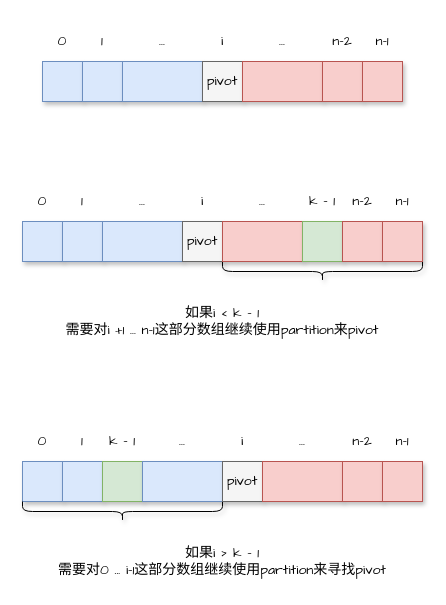
Earlier version of the draw.io diagram draw.io/数组中的第K个最大元素.drawio (goldknife6/algorithm). Source tidied: cells renumbered, new cells numbered last; positions are measured from the earlier drawing's top-left corner, leaving out a move shared by most shapes. Both pictures are drawn from the tidied source at 100%, with x=0, y=0 at pixel (22, 21).
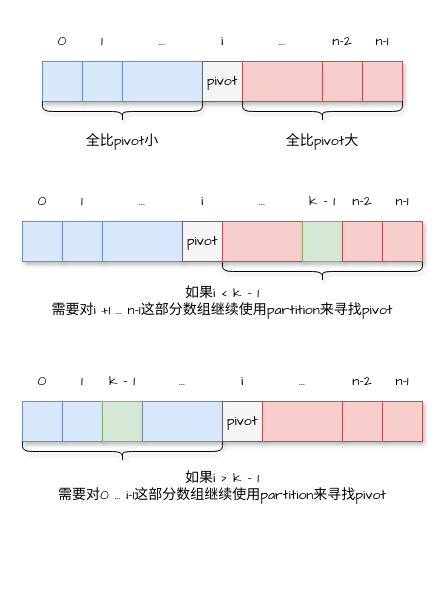
The same page after the edit.

Commit message (it also covers changes not shown here):
更新数组中的第K个最大元素.drawio

The edit, as a diff of the source:
```diff
@@
     <mxCell id="2" style="rounded=0;whiteSpace=wrap;html=1;fillColor=#dae8fc;strokeColor=#6c8ebf;shadow=1;" parent="1" vertex="1">
-      <mxGeometry y="440" width="40" height="40" as="geometry" />
+      <mxGeometry y="380" width="40" height="40" as="geometry" />
     </mxCell>
     <mxCell id="3" style="rounded=0;whiteSpace=wrap;html=1;fillColor=#dae8fc;strokeColor=#6c8ebf;shadow=1;" parent="1" vertex="1">
-      <mxGeometry x="40" y="440" width="40" height="40" as="geometry" />
+      <mxGeometry x="40" y="380" width="40" height="40" as="geometry" />
     </mxCell>
     <mxCell id="4" style="rounded=0;whiteSpace=wrap;html=1;fillColor=#d5e8d4;strokeColor=#82b366;shadow=1;" parent="1" vertex="1">
-      <mxGeometry x="80" y="440" width="40" height="40" as="geometry" />
+      <mxGeometry x="80" y="380" width="40" height="40" as="geometry" />
     </mxCell>
@@
-    <mxCell id="21" value="如果i &amp;lt; k - 1&lt;br&gt;需要对i +1 ... n-1这部分数组继续使用&lt;span&gt;partition来&lt;/span&gt;pivot&lt;div class=&quot;okr-block-clipboard&quot;&gt;&lt;/div&gt;" style="text;html=1;strokeColor=none;fillColor=none;align=center;verticalAlign=middle;whiteSpace=wrap;rounded=0;shadow=1;fontFamily=Comic Sans MS;fontSize=14;" parent="1" vertex="1">
-      <mxGeometry y="280" width="400" height="40" as="geometry" />
+    <mxCell id="21" value="如果i &amp;lt; k - 1&lt;br&gt;需要对i +1 ... n-1这部分数组继续使用&lt;span&gt;partition来寻找&lt;/span&gt;pivot&lt;div class=&quot;okr-block-clipboard&quot;&gt;&lt;/div&gt;" style="text;html=1;strokeColor=none;fillColor=none;align=center;verticalAlign=middle;whiteSpace=wrap;rounded=0;shadow=1;fontFamily=Comic Sans MS;fontSize=14;" parent="1" vertex="1">
+      <mxGeometry y="260" width="400" height="40" as="geometry" />
     </mxCell>
@@
     <mxCell id="39" style="shape=curlyBracket;whiteSpace=wrap;html=1;rounded=1;shadow=1;fontFamily=Comic Sans MS;fontSize=14;rotation=-90;" parent="1" vertex="1">
-      <mxGeometry x="90" y="390" width="20" height="200" as="geometry" />
+      <mxGeometry x="90" y="330" width="20" height="200" as="geometry" />
     </mxCell>
     <mxCell id="40" value="如果i &amp;gt; k - 1&lt;br&gt;需要对0 ... i-1这部分数组继续使用&lt;span&gt;partition来寻找&lt;/span&gt;pivot&lt;div class=&quot;okr-block-clipboard&quot;&gt;&lt;/div&gt;" style="text;html=1;strokeColor=none;fillColor=none;align=center;verticalAlign=middle;whiteSpace=wrap;rounded=0;shadow=1;fontFamily=Comic Sans MS;fontSize=14;" parent="1" vertex="1">
-      <mxGeometry y="520" width="400" height="40" as="geometry" />
+      <mxGeometry y="445" width="400" height="40" as="geometry" />
     </mxCell>
     <mxCell id="41" style="rounded=0;whiteSpace=wrap;html=1;fillColor=#dae8fc;strokeColor=#6c8ebf;shadow=1;" parent="1" vertex="1">
-      <mxGeometry x="120" y="440" width="80" height="40" as="geometry" />
+      <mxGeometry x="120" y="380" width="80" height="40" as="geometry" />
     </mxCell>
     <mxCell id="42" style="rounded=0;whiteSpace=wrap;html=1;fillColor=#f5f5f5;fontColor=#333333;strokeColor=#666666;shadow=1;" parent="1" vertex="1">
-      <mxGeometry x="200" y="440" width="40" height="40" as="geometry" />
+      <mxGeometry x="200" y="380" width="40" height="40" as="geometry" />
     </mxCell>
     <mxCell id="43" style="rounded=0;whiteSpace=wrap;html=1;fillColor=#f8cecc;strokeColor=#b85450;shadow=1;" parent="1" vertex="1">
-      <mxGeometry x="240" y="440" width="80" height="40" as="geometry" />
+      <mxGeometry x="240" y="380" width="80" height="40" as="geometry" />
     </mxCell>
     <mxCell id="44" value="0" style="text;html=1;strokeColor=none;fillColor=none;align=center;verticalAlign=middle;whiteSpace=wrap;rounded=0;shadow=1;fontFamily=Comic Sans MS;fontSize=14;" parent="1" vertex="1">
-      <mxGeometry y="400" width="40" height="40" as="geometry" />
+      <mxGeometry y="340" width="40" height="40" as="geometry" />
     </mxCell>
     <mxCell id="45" value="1" style="text;html=1;strokeColor=none;fillColor=none;align=center;verticalAlign=middle;whiteSpace=wrap;rounded=0;shadow=1;fontFamily=Comic Sans MS;fontSize=14;" parent="1" vertex="1">
-      <mxGeometry x="40" y="400" width="40" height="40" as="geometry" />
+      <mxGeometry x="40" y="340" width="40" height="40" as="geometry" />
     </mxCell>
     <mxCell id="46" value="..." style="text;html=1;strokeColor=none;fillColor=none;align=center;verticalAlign=middle;whiteSpace=wrap;rounded=0;shadow=1;fontFamily=Comic Sans MS;fontSize=14;" parent="1" vertex="1">
-      <mxGeometry x="120" y="400" width="80" height="40" as="geometry" />
+      <mxGeometry x="120" y="340" width="80" height="40" as="geometry" />
     </mxCell>
     <mxCell id="47" value="i" style="text;html=1;strokeColor=none;fillColor=none;align=center;verticalAlign=middle;whiteSpace=wrap;rounded=0;shadow=1;fontFamily=Comic Sans MS;fontSize=14;" parent="1" vertex="1">
-      <mxGeometry x="200" y="400" width="40" height="40" as="geometry" />
+      <mxGeometry x="200" y="340" width="40" height="40" as="geometry" />
     </mxCell>
     <mxCell id="48" value="..." style="text;html=1;strokeColor=none;fillColor=none;align=center;verticalAlign=middle;whiteSpace=wrap;rounded=0;shadow=1;fontFamily=Comic Sans MS;fontSize=14;" parent="1" vertex="1">
-      <mxGeometry x="240" y="400" width="80" height="40" as="geometry" />
+      <mxGeometry x="240" y="340" width="80" height="40" as="geometry" />
     </mxCell>
     <mxCell id="49" value="n-2" style="text;html=1;strokeColor=none;fillColor=none;align=center;verticalAlign=middle;whiteSpace=wrap;rounded=0;shadow=1;fontFamily=Comic Sans MS;fontSize=14;" parent="1" vertex="1">
-      <mxGeometry x="320" y="400" width="40" height="40" as="geometry" />
+      <mxGeometry x="320" y="340" width="40" height="40" as="geometry" />
     </mxCell>
     <mxCell id="50" value="n-1" style="text;html=1;strokeColor=none;fillColor=none;align=center;verticalAlign=middle;whiteSpace=wrap;rounded=0;shadow=1;fontFamily=Comic Sans MS;fontSize=14;" parent="1" vertex="1">
-      <mxGeometry x="360" y="400" width="40" height="40" as="geometry" />
+      <mxGeometry x="360" y="340" width="40" height="40" as="geometry" />
     </mxCell>
     <mxCell id="51" value="&lt;div class=&quot;okr-block-clipboard&quot;&gt;&lt;/div&gt;&lt;div&gt;&lt;font face=&quot;Comic Sans MS&quot; style=&quot;font-size: 14px&quot;&gt;pivot&lt;/font&gt;&lt;/div&gt;" style="text;html=1;strokeColor=none;fillColor=none;align=center;verticalAlign=middle;whiteSpace=wrap;rounded=0;shadow=1;" parent="1" vertex="1">
-      <mxGeometry x="200" y="440" width="40" height="40" as="geometry" />
+      <mxGeometry x="200" y="380" width="40" height="40" as="geometry" />
     </mxCell>
     <mxCell id="52" style="rounded=0;whiteSpace=wrap;html=1;fillColor=#f8cecc;strokeColor=#b85450;shadow=1;" parent="1" vertex="1">
-      <mxGeometry x="320" y="440" width="40" height="40" as="geometry" />
+      <mxGeometry x="320" y="380" width="40" height="40" as="geometry" />
     </mxCell>
     <mxCell id="53" style="rounded=0;whiteSpace=wrap;html=1;fillColor=#f8cecc;strokeColor=#b85450;shadow=1;" parent="1" vertex="1">
-      <mxGeometry x="360" y="440" width="40" height="40" as="geometry" />
+      <mxGeometry x="360" y="380" width="40" height="40" as="geometry" />
     </mxCell>
     <mxCell id="54" value="k - 1" style="text;html=1;strokeColor=none;fillColor=none;align=center;verticalAlign=middle;whiteSpace=wrap;rounded=0;shadow=1;fontFamily=Comic Sans MS;fontSize=14;" parent="1" vertex="1">
-      <mxGeometry x="80" y="400" width="40" height="40" as="geometry" />
+      <mxGeometry x="80" y="340" width="40" height="40" as="geometry" />
     </mxCell>
+    <mxCell id="55" style="shape=curlyBracket;whiteSpace=wrap;html=1;rounded=1;shadow=1;fontFamily=Comic Sans MS;fontSize=14;rotation=-90;" parent="1" vertex="1">
+      <mxGeometry x="90" y="10" width="20" height="160" as="geometry" />
+    </mxCell>
+    <mxCell id="56" style="shape=curlyBracket;whiteSpace=wrap;html=1;rounded=1;shadow=1;fontFamily=Comic Sans MS;fontSize=14;rotation=-90;" parent="1" vertex="1">
+      <mxGeometry x="290" y="10" width="20" height="160" as="geometry" />
+    </mxCell>
+    <mxCell id="57" value="全比pivot小" style="text;html=1;strokeColor=none;fillColor=none;align=center;verticalAlign=middle;whiteSpace=wrap;rounded=0;shadow=1;fontFamily=Comic Sans MS;fontSize=14;" parent="1" vertex="1">
+      <mxGeometry x="20" y="100" width="160" height="40" as="geometry" />
+    </mxCell>
+    <mxCell id="58" value="全比pivot大" style="text;html=1;strokeColor=none;fillColor=none;align=center;verticalAlign=middle;whiteSpace=wrap;rounded=0;shadow=1;fontFamily=Comic Sans MS;fontSize=14;" parent="1" vertex="1">
+      <mxGeometry x="220" y="100" width="160" height="40" as="geometry" />
+    </mxCell>
```
